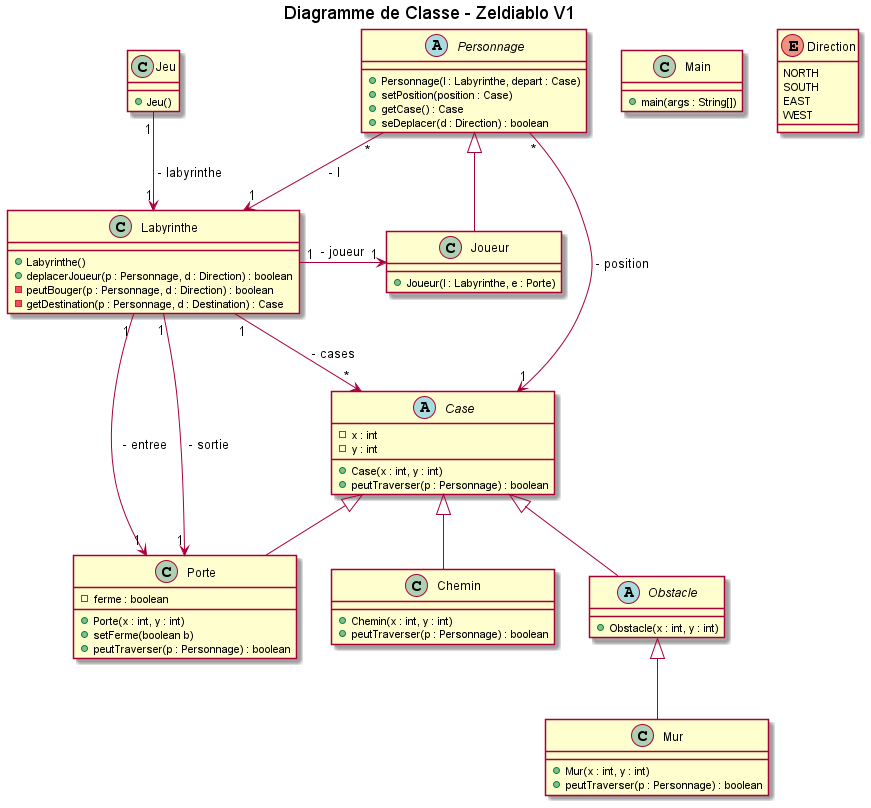
Earlier version of the PlantUML export documents/version_1/diagrammes/classe/diagClasseV1.png (arnoux23u-IUTNC/2021_COO_Zeldiablo).
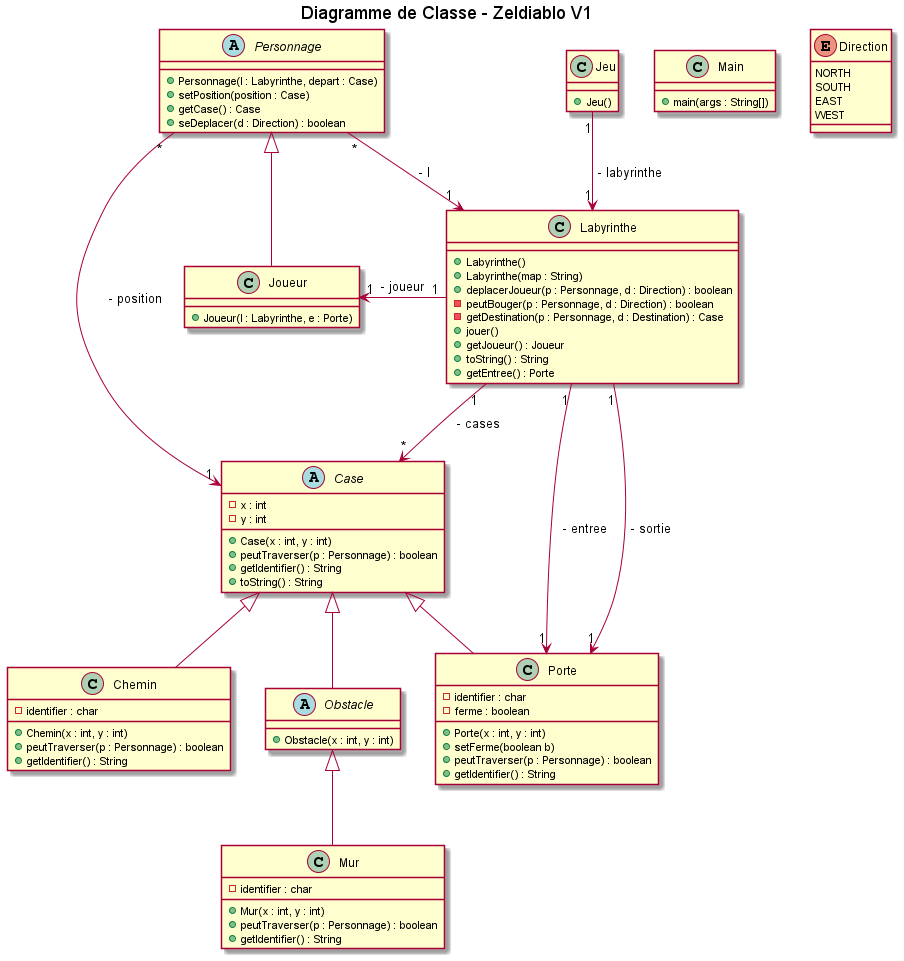
The same diagram one commit later.

The edit, as a diff of the source:
```diff
@@ -15,9 +15,14 @@
 
 class Labyrinthe{
     + Labyrinthe()
+    + Labyrinthe(map : String)
     + deplacerJoueur(p : Personnage, d : Direction) : boolean
     - peutBouger(p : Personnage, d : Direction) : boolean
     - getDestination(p : Personnage, d : Destination) : Case
+    + jouer()
+    + getJoueur() : Joueur
+    + toString() : String
+    + getEntree() : Porte
 }
 
 class Main{
@@ -29,11 +34,15 @@
     - y : int
     + Case(x : int, y : int)
     + peutTraverser(p : Personnage) : boolean
+    + getIdentifier() : String
+    + toString() : String
 }
 
 class Chemin extends Case{
+    - identifier : char
     + Chemin(x : int, y : int)
     + peutTraverser(p : Personnage) : boolean
+    + getIdentifier() : String
 }
 
 abstract class Obstacle extends Case{
@@ -41,15 +50,19 @@
 }
 
 class Mur extends Obstacle{
+    - identifier : char
     + Mur(x : int, y : int)
     + peutTraverser(p : Personnage) : boolean
+    + getIdentifier() : String
 }
 
 class Porte extends Case{
+    - identifier : char
     - ferme : boolean
     + Porte(x : int, y : int)
     + setFerme(boolean b)
     + peutTraverser(p : Personnage) : boolean
+    + getIdentifier() : String
 }
 
 class Joueur extends Personnage{
@@ -64,8 +77,8 @@
 }
 
 Jeu "1" --> "1" Labyrinthe: " - labyrinthe"
-Labyrinthe "1" --> "1" Porte: " - entree "
-Labyrinthe "1" --> "1" Porte: " - sortie "
+Labyrinthe "1" -down-> "1" Porte: " - entree "
+Labyrinthe "1" -left-> "1" Porte: " - sortie "
 Labyrinthe "1" --> "*" Case: " - cases "
 Personnage "*" --> "1" Case: " - position "
 Personnage "*" --> "1" Labyrinthe: " - l "
```
